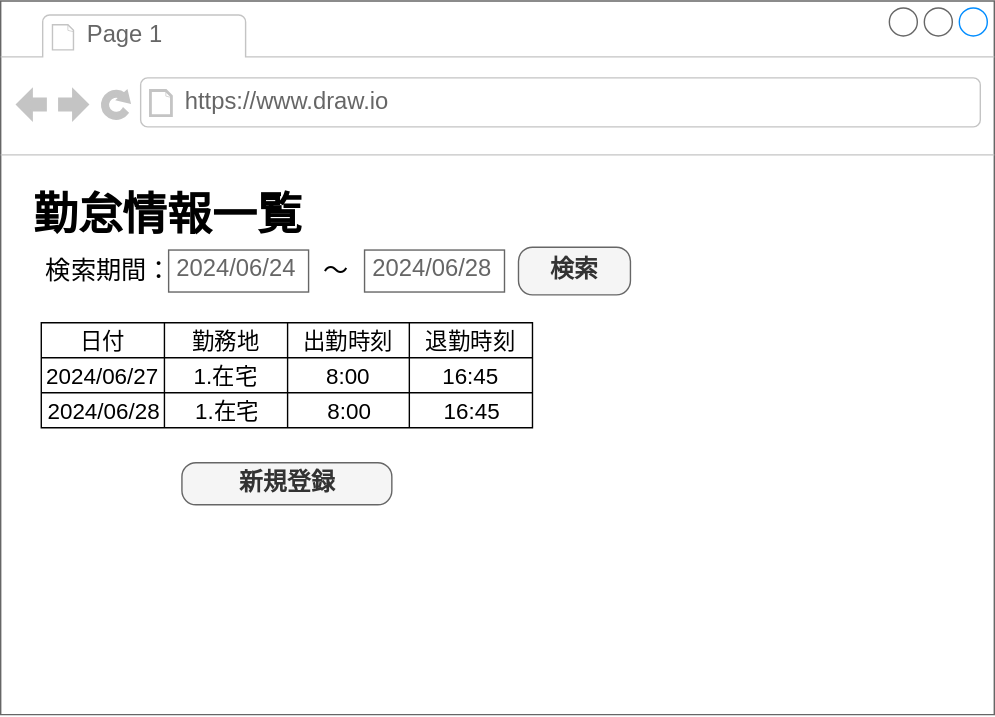
The draw.io diagram メイン画面.svg in hokuto-fukura/software_engineering, before a commit. Source tidied: cells renumbered, new cells last; positions are measured from the earlier drawing's top-left corner, leaving out a move shared by most shapes.
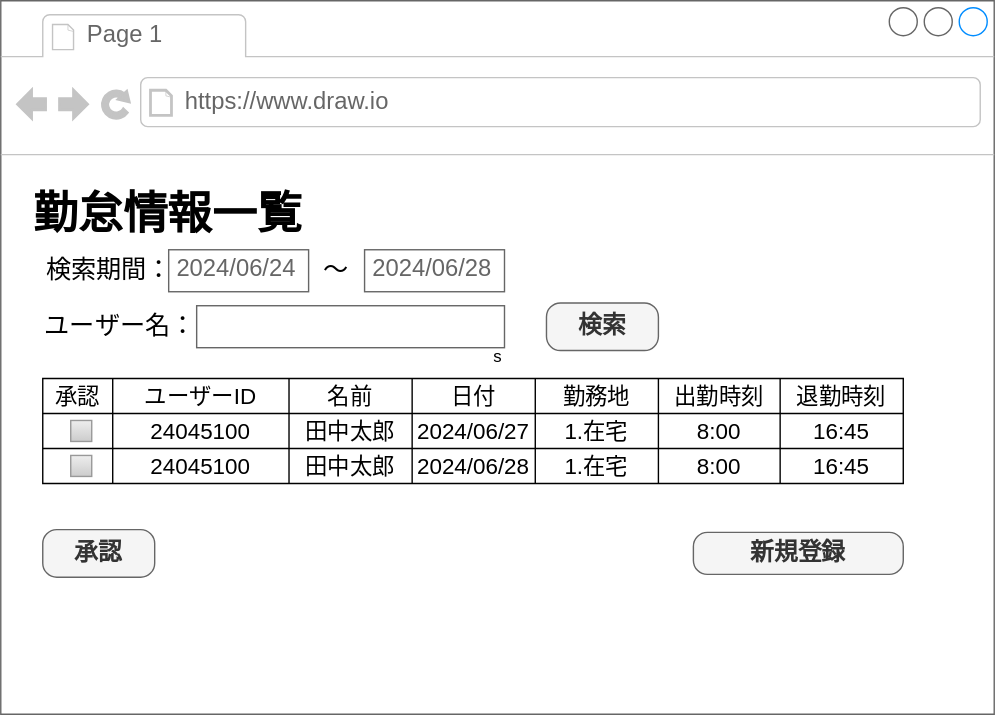
The same diagram one commit later.

Commit message:
メイン画面.svg を更新します

The edit, as a diff of the source:
```diff
@@ -2,7 +2,7 @@
   <root>
     <mxCell id="0" />
     <mxCell id="1" parent="0" />
-    <mxCell id="2" style="strokeWidth=1;shadow=0;dashed=0;align=center;html=1;shape=mxgraph.mockup.containers.browserWindow;rSize=0;strokeColor=#666666;strokeColor2=#008cff;strokeColor3=#c4c4c4;mainText=,;" parent="1" vertex="1">
+    <mxCell id="2" value="s" style="strokeWidth=1;shadow=0;dashed=0;align=center;html=1;shape=mxgraph.mockup.containers.browserWindow;rSize=0;strokeColor=#666666;strokeColor2=#008cff;strokeColor3=#c4c4c4;mainText=,;" parent="1" vertex="1">
       <mxGeometry width="710" height="510" as="geometry" />
     </mxCell>
     <mxCell id="3" value="Page 1" style="strokeWidth=1;shadow=0;dashed=0;align=center;html=1;shape=mxgraph.mockup.containers.anchor;fontSize=17;fontColor=#666666;align=left;whiteSpace=wrap;" parent="2" vertex="1">
@@ -24,73 +24,115 @@
       <mxGeometry x="260" y="178" width="100" height="30" as="geometry" />
     </mxCell>
     <mxCell id="9" value="検索" style="strokeWidth=1;shadow=0;dashed=0;align=center;html=1;shape=mxgraph.mockup.buttons.button;strokeColor=#666666;fontColor=#333333;mainText=;buttonStyle=round;fontSize=17;fontStyle=1;fillColor=#f5f5f5;whiteSpace=wrap;" parent="2" vertex="1">
-      <mxGeometry x="370" y="176" width="80" height="34" as="geometry" />
+      <mxGeometry x="390" y="216" width="80" height="34" as="geometry" />
     </mxCell>
     <mxCell id="10" style="shape=table;startSize=0;fontSize=16;" parent="2" vertex="1">
-      <mxGeometry x="29" y="230" width="351" height="75" as="geometry" />
+      <mxGeometry x="30" y="270" width="615" height="75" as="geometry" />
     </mxCell>
     <mxCell id="11" style="shape=tableRow;horizontal=0;startSize=0;swimlaneHead=0;swimlaneBody=0;strokeColor=inherit;top=0;left=0;bottom=0;right=0;fillColor=none;fontSize=16;" parent="10" vertex="1">
-      <mxGeometry width="351" height="25" as="geometry" />
+      <mxGeometry width="615" height="25" as="geometry" />
     </mxCell>
+    <mxCell id="32" value="承認" style="shape=partialRectangle;html=1;whiteSpace=wrap;strokeColor=inherit;overflow=hidden;fillColor=none;top=0;left=0;bottom=0;right=0;fontSize=16;" parent="11" vertex="1">
+      <mxGeometry width="50" height="25" as="geometry" />
+    </mxCell>
+    <mxCell id="33" value="ユーザーID" style="shape=partialRectangle;html=1;whiteSpace=wrap;strokeColor=inherit;overflow=hidden;fillColor=none;top=0;left=0;bottom=0;right=0;fontSize=16;" parent="11" vertex="1">
+      <mxGeometry x="50" width="126" height="25" as="geometry" />
+    </mxCell>
+    <mxCell id="34" value="名前" style="shape=partialRectangle;html=1;whiteSpace=wrap;strokeColor=inherit;overflow=hidden;fillColor=none;top=0;left=0;bottom=0;right=0;fontSize=16;" parent="11" vertex="1">
+      <mxGeometry x="176" width="88" height="25" as="geometry" />
+    </mxCell>
     <mxCell id="12" value="日付" style="shape=partialRectangle;html=1;whiteSpace=wrap;strokeColor=inherit;overflow=hidden;fillColor=none;top=0;left=0;bottom=0;right=0;fontSize=16;" parent="11" vertex="1">
-      <mxGeometry width="88" height="25" as="geometry" />
+      <mxGeometry x="264" width="88" height="25" as="geometry" />
     </mxCell>
     <mxCell id="13" value="勤務地" style="shape=partialRectangle;html=1;whiteSpace=wrap;strokeColor=inherit;overflow=hidden;fillColor=none;top=0;left=0;bottom=0;right=0;fontSize=16;" parent="11" vertex="1">
-      <mxGeometry x="88" width="88" height="25" as="geometry" />
+      <mxGeometry x="352" width="88" height="25" as="geometry" />
     </mxCell>
     <mxCell id="14" value="出勤時刻" style="shape=partialRectangle;html=1;whiteSpace=wrap;strokeColor=inherit;overflow=hidden;fillColor=none;top=0;left=0;bottom=0;right=0;fontSize=16;" parent="11" vertex="1">
-      <mxGeometry x="176" width="87" height="25" as="geometry" />
+      <mxGeometry x="440" width="87" height="25" as="geometry" />
     </mxCell>
     <mxCell id="15" value="退勤時刻" style="shape=partialRectangle;html=1;whiteSpace=wrap;strokeColor=inherit;overflow=hidden;fillColor=none;top=0;left=0;bottom=0;right=0;fontSize=16;" parent="11" vertex="1">
-      <mxGeometry x="263" width="88" height="25" as="geometry" />
+      <mxGeometry x="527" width="88" height="25" as="geometry" />
     </mxCell>
     <mxCell id="16" style="shape=tableRow;horizontal=0;startSize=0;swimlaneHead=0;swimlaneBody=0;strokeColor=inherit;top=0;left=0;bottom=0;right=0;fillColor=none;fontSize=16;" parent="10" vertex="1">
-      <mxGeometry y="25" width="351" height="25" as="geometry" />
+      <mxGeometry y="25" width="615" height="25" as="geometry" />
     </mxCell>
+    <mxCell id="35" style="shape=partialRectangle;html=1;whiteSpace=wrap;strokeColor=inherit;overflow=hidden;fillColor=none;top=0;left=0;bottom=0;right=0;fontSize=16;" parent="16" vertex="1">
+      <mxGeometry width="50" height="25" as="geometry" />
+    </mxCell>
+    <mxCell id="36" value="24045100" style="shape=partialRectangle;html=1;whiteSpace=wrap;strokeColor=inherit;overflow=hidden;fillColor=none;top=0;left=0;bottom=0;right=0;fontSize=16;" parent="16" vertex="1">
+      <mxGeometry x="50" width="126" height="25" as="geometry" />
+    </mxCell>
+    <mxCell id="37" value="田中太郎" style="shape=partialRectangle;html=1;whiteSpace=wrap;strokeColor=inherit;overflow=hidden;fillColor=none;top=0;left=0;bottom=0;right=0;fontSize=16;" parent="16" vertex="1">
+      <mxGeometry x="176" width="88" height="25" as="geometry" />
+    </mxCell>
     <mxCell id="17" value="2024/06/27" style="shape=partialRectangle;html=1;whiteSpace=wrap;strokeColor=inherit;overflow=hidden;fillColor=none;top=0;left=0;bottom=0;right=0;fontSize=16;" parent="16" vertex="1">
-      <mxGeometry width="88" height="25" as="geometry" />
+      <mxGeometry x="264" width="88" height="25" as="geometry" />
     </mxCell>
     <mxCell id="18" value="1.在宅" style="shape=partialRectangle;html=1;whiteSpace=wrap;strokeColor=inherit;overflow=hidden;fillColor=none;top=0;left=0;bottom=0;right=0;fontSize=16;" parent="16" vertex="1">
-      <mxGeometry x="88" width="88" height="25" as="geometry" />
+      <mxGeometry x="352" width="88" height="25" as="geometry" />
     </mxCell>
     <mxCell id="19" value="8:00" style="shape=partialRectangle;html=1;whiteSpace=wrap;strokeColor=inherit;overflow=hidden;fillColor=none;top=0;left=0;bottom=0;right=0;fontSize=16;" parent="16" vertex="1">
-      <mxGeometry x="176" width="87" height="25" as="geometry" />
+      <mxGeometry x="440" width="87" height="25" as="geometry" />
     </mxCell>
     <mxCell id="20" value="16:45" style="shape=partialRectangle;html=1;whiteSpace=wrap;strokeColor=inherit;overflow=hidden;fillColor=none;top=0;left=0;bottom=0;right=0;fontSize=16;" parent="16" vertex="1">
-      <mxGeometry x="263" width="88" height="25" as="geometry" />
+      <mxGeometry x="527" width="88" height="25" as="geometry" />
     </mxCell>
     <mxCell id="21" style="shape=tableRow;horizontal=0;startSize=0;swimlaneHead=0;swimlaneBody=0;strokeColor=inherit;top=0;left=0;bottom=0;right=0;fillColor=none;fontSize=16;" parent="10" vertex="1">
-      <mxGeometry y="50" width="351" height="25" as="geometry" />
+      <mxGeometry y="50" width="615" height="25" as="geometry" />
     </mxCell>
+    <mxCell id="38" style="shape=partialRectangle;html=1;whiteSpace=wrap;strokeColor=inherit;overflow=hidden;fillColor=none;top=0;left=0;bottom=0;right=0;fontSize=16;" parent="21" vertex="1">
+      <mxGeometry width="50" height="25" as="geometry" />
+    </mxCell>
+    <mxCell id="39" value="24045100" style="shape=partialRectangle;html=1;whiteSpace=wrap;strokeColor=inherit;overflow=hidden;fillColor=none;top=0;left=0;bottom=0;right=0;fontSize=16;" parent="21" vertex="1">
+      <mxGeometry x="50" width="126" height="25" as="geometry" />
+    </mxCell>
+    <mxCell id="40" value="田中太郎" style="shape=partialRectangle;html=1;whiteSpace=wrap;strokeColor=inherit;overflow=hidden;fillColor=none;top=0;left=0;bottom=0;right=0;fontSize=16;" parent="21" vertex="1">
+      <mxGeometry x="176" width="88" height="25" as="geometry" />
+    </mxCell>
     <mxCell id="22" style="shape=partialRectangle;html=1;whiteSpace=wrap;strokeColor=inherit;overflow=hidden;fillColor=none;top=0;left=0;bottom=0;right=0;fontSize=16;" parent="21" vertex="1">
-      <mxGeometry width="88" height="25" as="geometry" />
+      <mxGeometry x="264" width="88" height="25" as="geometry" />
     </mxCell>
     <mxCell id="23" style="shape=partialRectangle;html=1;whiteSpace=wrap;strokeColor=inherit;overflow=hidden;fillColor=none;top=0;left=0;bottom=0;right=0;fontSize=16;" parent="21" vertex="1">
-      <mxGeometry x="88" width="88" height="25" as="geometry" />
+      <mxGeometry x="352" width="88" height="25" as="geometry" />
     </mxCell>
     <mxCell id="24" style="shape=partialRectangle;html=1;whiteSpace=wrap;strokeColor=inherit;overflow=hidden;fillColor=none;top=0;left=0;bottom=0;right=0;fontSize=16;" parent="21" vertex="1">
-      <mxGeometry x="176" width="87" height="25" as="geometry" />
+      <mxGeometry x="440" width="87" height="25" as="geometry" />
     </mxCell>
     <mxCell id="25" style="shape=partialRectangle;html=1;whiteSpace=wrap;strokeColor=inherit;overflow=hidden;fillColor=none;top=0;left=0;bottom=0;right=0;fontSize=16;" parent="21" vertex="1">
-      <mxGeometry x="263" width="88" height="25" as="geometry" />
+      <mxGeometry x="527" width="88" height="25" as="geometry" />
     </mxCell>
     <mxCell id="26" value="新規登録" style="strokeWidth=1;shadow=0;dashed=0;align=center;html=1;shape=mxgraph.mockup.buttons.button;strokeColor=#666666;fontColor=#333333;mainText=;buttonStyle=round;fontSize=17;fontStyle=1;fillColor=#f5f5f5;whiteSpace=wrap;" parent="2" vertex="1">
-      <mxGeometry x="129.5" y="330" width="150" height="30" as="geometry" />
+      <mxGeometry x="495" y="380" width="150" height="30" as="geometry" />
     </mxCell>
-    <mxCell id="27" style="shape=tableRow;horizontal=0;startSize=0;swimlaneHead=0;swimlaneBody=0;strokeColor=inherit;top=0;left=0;bottom=0;right=0;fillColor=none;fontSize=16;" parent="1" vertex="1">
-      <mxGeometry x="30" y="280" width="351" height="25" as="geometry" />
-    </mxCell>
-    <mxCell id="28" value="2024/06/28" style="shape=partialRectangle;html=1;whiteSpace=wrap;strokeColor=inherit;overflow=hidden;fillColor=none;top=0;left=0;bottom=0;right=0;fontSize=16;" parent="27" vertex="1">
-      <mxGeometry width="88" height="25" as="geometry" />
+    <mxCell id="28" value="2024/06/28" style="shape=partialRectangle;html=1;whiteSpace=wrap;strokeColor=inherit;overflow=hidden;fillColor=none;top=0;left=0;bottom=0;right=0;fontSize=16;" parent="2" vertex="1">
+      <mxGeometry x="294" y="320" width="88" height="25" as="geometry" />
     </mxCell>
-    <mxCell id="29" value="1.在宅" style="shape=partialRectangle;html=1;whiteSpace=wrap;strokeColor=inherit;overflow=hidden;fillColor=none;top=0;left=0;bottom=0;right=0;fontSize=16;" parent="27" vertex="1">
-      <mxGeometry x="88" width="88" height="25" as="geometry" />
+    <mxCell id="29" value="1.在宅" style="shape=partialRectangle;html=1;whiteSpace=wrap;strokeColor=inherit;overflow=hidden;fillColor=none;top=0;left=0;bottom=0;right=0;fontSize=16;" parent="2" vertex="1">
+      <mxGeometry x="382" y="320" width="88" height="25" as="geometry" />
     </mxCell>
-    <mxCell id="30" value="8:00" style="shape=partialRectangle;html=1;whiteSpace=wrap;strokeColor=inherit;overflow=hidden;fillColor=none;top=0;left=0;bottom=0;right=0;fontSize=16;" parent="27" vertex="1">
-      <mxGeometry x="176" width="87" height="25" as="geometry" />
+    <mxCell id="30" value="8:00" style="shape=partialRectangle;html=1;whiteSpace=wrap;strokeColor=inherit;overflow=hidden;fillColor=none;top=0;left=0;bottom=0;right=0;fontSize=16;" parent="2" vertex="1">
+      <mxGeometry x="470" y="320" width="87" height="25" as="geometry" />
     </mxCell>
-    <mxCell id="31" value="16:45" style="shape=partialRectangle;html=1;whiteSpace=wrap;strokeColor=inherit;overflow=hidden;fillColor=none;top=0;left=0;bottom=0;right=0;fontSize=16;" parent="27" vertex="1">
-      <mxGeometry x="263" width="88" height="25" as="geometry" />
+    <mxCell id="31" value="16:45" style="shape=partialRectangle;html=1;whiteSpace=wrap;strokeColor=inherit;overflow=hidden;fillColor=none;top=0;left=0;bottom=0;right=0;fontSize=16;" parent="2" vertex="1">
+      <mxGeometry x="557" y="320" width="88" height="25" as="geometry" />
     </mxCell>
+    <mxCell id="41" style="strokeWidth=1;shadow=0;dashed=0;align=center;html=1;shape=mxgraph.mockup.forms.rrect;rSize=0;fillColor=#eeeeee;strokeColor=#999999;gradientColor=#cccccc;align=left;spacingLeft=4;fontSize=17;fontColor=#666666;labelPosition=right;" parent="2" vertex="1">
+      <mxGeometry x="50" y="300" width="15" height="15" as="geometry" />
+    </mxCell>
+    <mxCell id="42" value="&lt;span style=&quot;font-size: 18px;&quot;&gt;ユーザー名：&lt;/span&gt;" style="text;html=1;align=center;verticalAlign=middle;strokeColor=none;fillColor=none;" parent="2" vertex="1">
+      <mxGeometry x="20" y="213" width="130" height="40" as="geometry" />
+    </mxCell>
+    <mxCell id="43" style="strokeWidth=1;shadow=0;dashed=0;align=center;html=1;shape=mxgraph.mockup.text.textBox;fontColor=#666666;align=left;fontSize=17;spacingLeft=4;spacingTop=-3;whiteSpace=wrap;strokeColor=#666666;mainText=;" parent="2" vertex="1">
+      <mxGeometry x="140" y="218" width="220" height="30" as="geometry" />
+    </mxCell>
+    <mxCell id="44" value="承認" style="strokeWidth=1;shadow=0;dashed=0;align=center;html=1;shape=mxgraph.mockup.buttons.button;strokeColor=#666666;fontColor=#333333;mainText=;buttonStyle=round;fontSize=17;fontStyle=1;fillColor=#f5f5f5;whiteSpace=wrap;" parent="2" vertex="1">
+      <mxGeometry x="30" y="378" width="80" height="34" as="geometry" />
+    </mxCell>
+    <mxCell id="27" style="shape=tableRow;horizontal=0;startSize=0;swimlaneHead=0;swimlaneBody=0;strokeColor=inherit;top=0;left=0;bottom=0;right=0;fillColor=none;fontSize=16;" parent="1" vertex="1">
+      <mxGeometry x="31" y="320" width="351" height="25" as="geometry" />
+    </mxCell>
+    <mxCell id="45" style="strokeWidth=1;shadow=0;dashed=0;align=center;html=1;shape=mxgraph.mockup.forms.rrect;rSize=0;fillColor=#eeeeee;strokeColor=#999999;gradientColor=#cccccc;align=left;spacingLeft=4;fontSize=17;fontColor=#666666;labelPosition=right;" parent="1" vertex="1">
+      <mxGeometry x="50" y="325" width="15" height="15" as="geometry" />
+    </mxCell>
   </root>
 </mxGraphModel>
```
